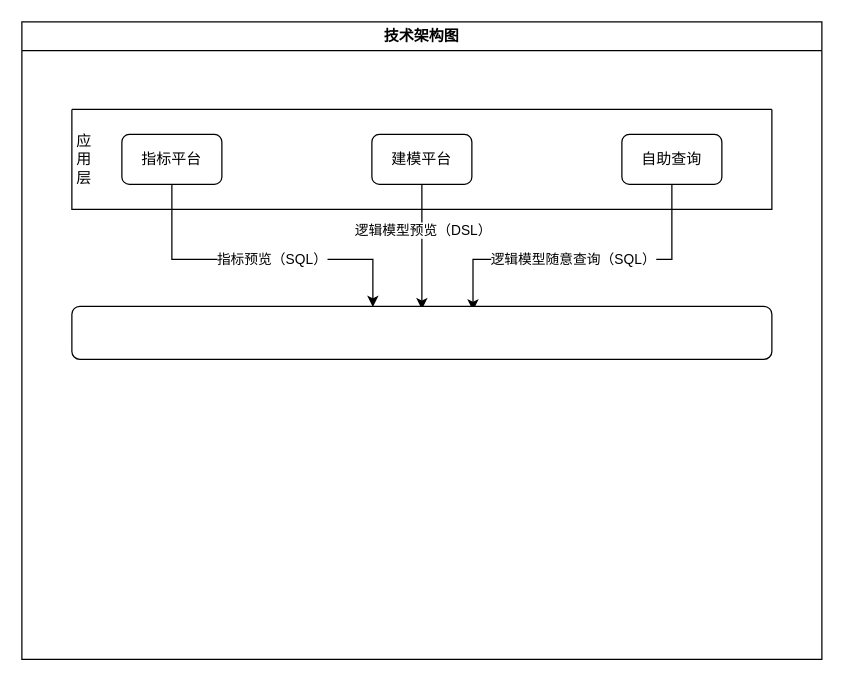
The draw.io diagram biz_flow/虚拟化引擎设计.drawio in hlld3344/diagrams, before the edit. Source tidied: cells renumbered, new cells numbered last; positions are measured from the earlier drawing's top-left corner, leaving out a move shared by most shapes. Both pictures are drawn from the tidied source at 125%, with x=0, y=0 at pixel (21, 21).
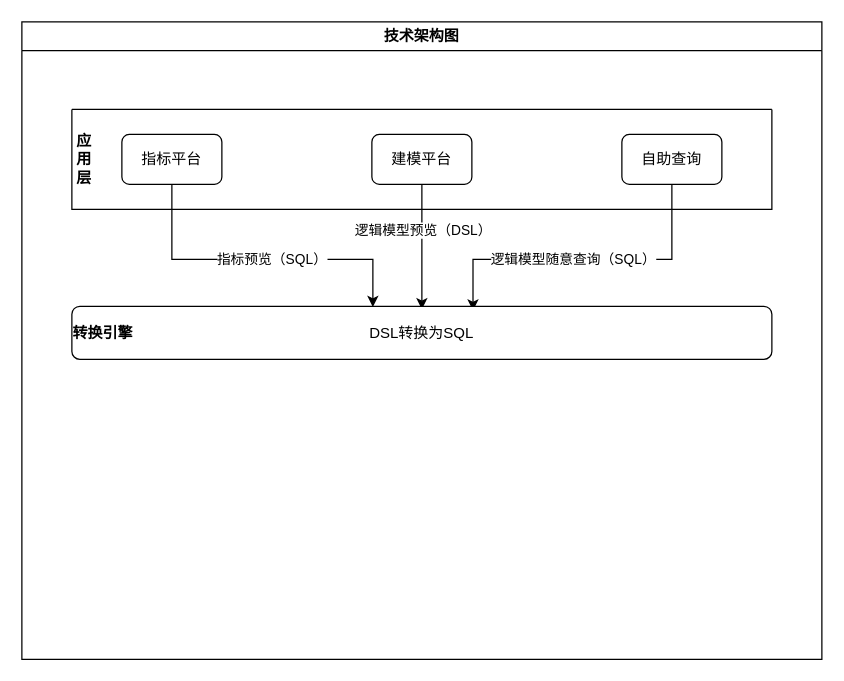
After the change.

Commit message (it also covers changes not shown here):
更新虚拟化引擎设计.drawio

Unchanged cells that the change refers to:
```xml
<mxCell id="2" value="技术架构图" style="swimlane;whiteSpace=wrap;html=1;" parent="1" vertex="1">
  <mxGeometry width="640" height="510" as="geometry" />
</mxCell>
<mxCell id="3" style="swimlane;startSize=0;" parent="2" vertex="1">
  <mxGeometry x="40" y="70" width="560" height="80" as="geometry" />
</mxCell>
```

The edit, as a diff of the source:
```diff
@@
-    <mxCell id="7" value="应用层" style="text;html=1;align=center;verticalAlign=middle;whiteSpace=wrap;rounded=0;" parent="3" vertex="1">
+    <mxCell id="7" value="应用层" style="text;html=1;align=center;verticalAlign=middle;whiteSpace=wrap;rounded=0;fontStyle=1;" parent="3" vertex="1">
       <mxGeometry y="25" width="20" height="30" as="geometry" />
     </mxCell>
@@
-    <mxCell id="14" style="rounded=1;whiteSpace=wrap;html=1;" parent="2" vertex="1">
+    <mxCell id="14" value="DSL转换为SQL" style="rounded=1;whiteSpace=wrap;html=1;" parent="2" vertex="1">
       <mxGeometry x="40" y="227.5" width="560" height="42.5" as="geometry" />
     </mxCell>
+    <mxCell id="15" value="转换引擎" style="text;html=1;align=center;verticalAlign=middle;whiteSpace=wrap;rounded=0;fontStyle=1;" parent="2" vertex="1">
+      <mxGeometry x="40" y="233.8" width="50" height="30" as="geometry" />
+    </mxCell>
```
